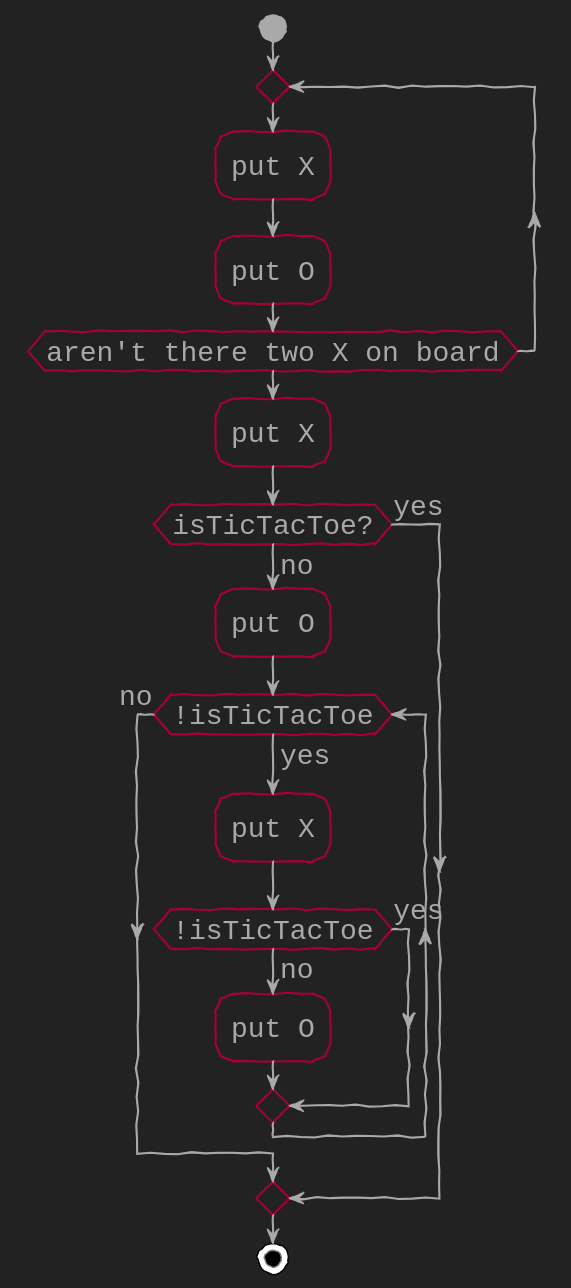
Earlier version of the PlantUML export USantaTecla/1-fundamentos/1-patrones/images/diagramaActividad.svg (USantaTecla-0-general/3-publicaciones).
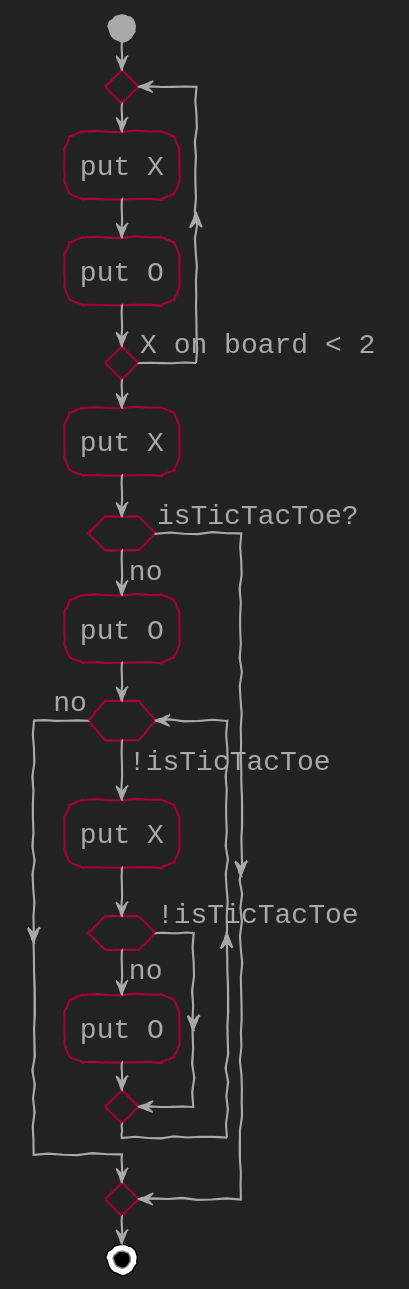
After the commit.

Change to the diagram source:
```diff
@@ -34,14 +34,14 @@
 repeat
   :put X;
   :put O;
-repeat while (aren't there two X on board)
+repeat while () is (X on board < 2 )
 :put X;
-if (isTicTacToe?) then (yes)
+if () then (isTicTacToe?)
 else (no)
   :put O;
-  while (!isTicTacToe) is (yes)
+  while () is (!isTicTacToe)
     :put X;
-    if (!isTicTacToe) then (yes)
+    if () then (!isTicTacToe)
     else (no)
     :put O;
     endif
```
